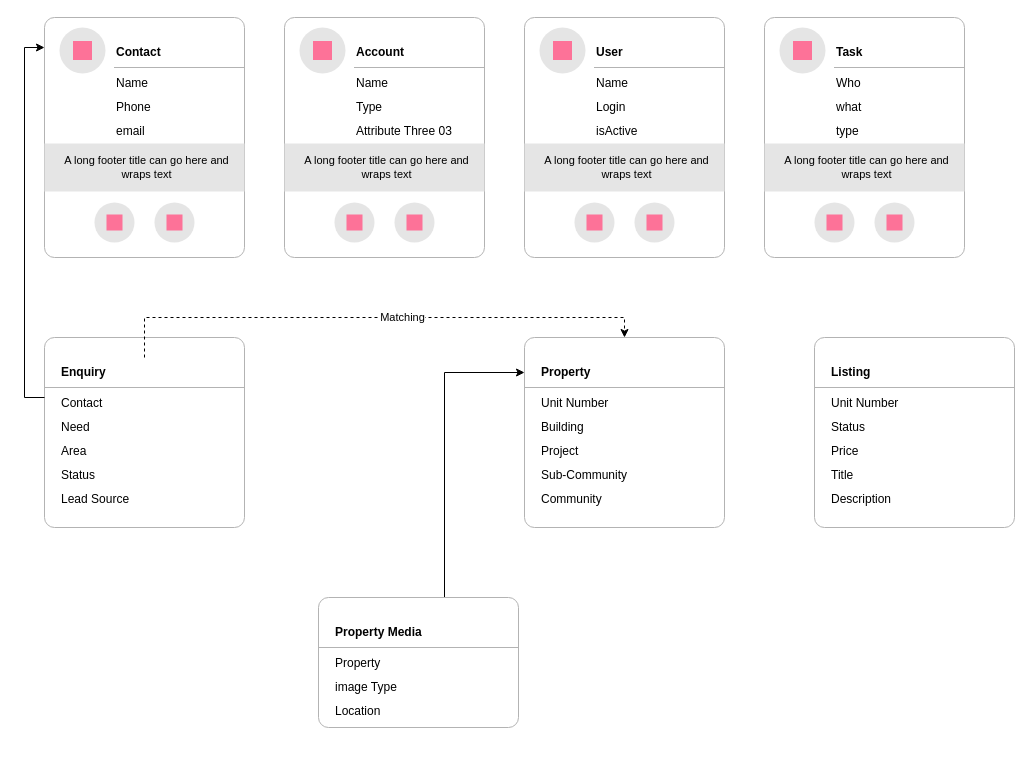
This is page "Property base Objects" (3 of 22) of Real Estate Business.drawio from ybbhosale2023/Propertybase, a draw.io file, before an edit. Source tidied: cells renumbered, new cells numbered last; positions are measured from the earlier drawing's top-left corner, leaving out a move shared by most shapes. Both pictures are drawn from the tidied source at 100%, with x=0, y=0 at pixel (24, 17).
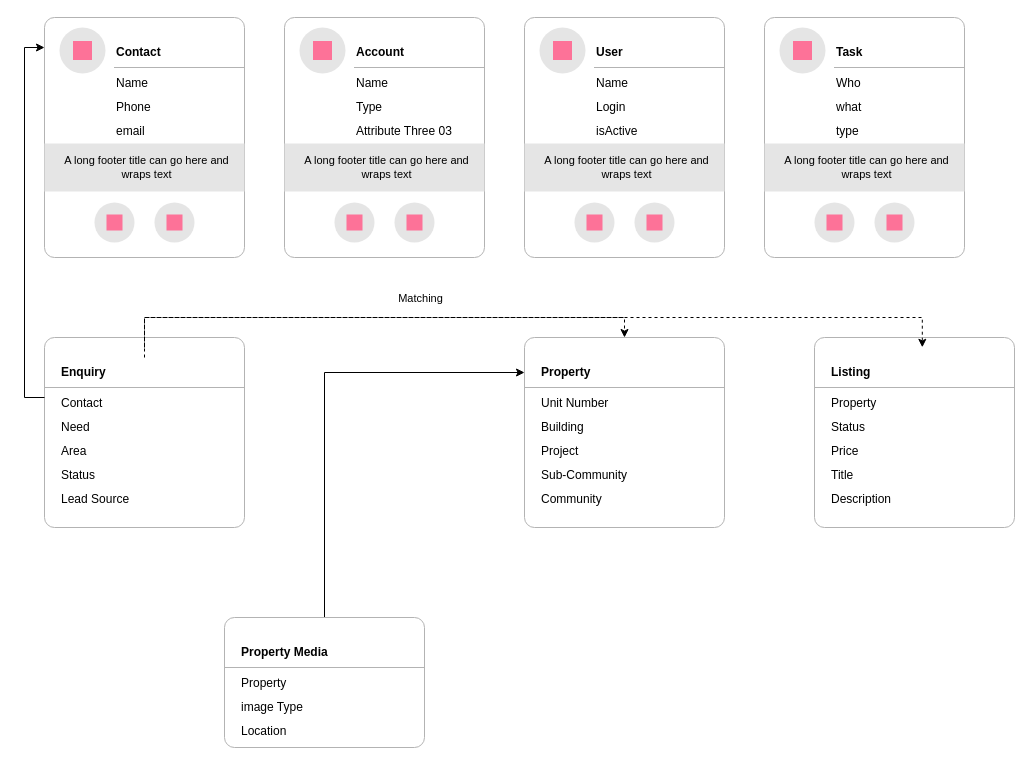
After the change.

Unchanged cells that the change refers to:
```xml
<mxCell id="65" style="rounded=1;whiteSpace=wrap;html=1;strokeColor=#B3B3B3;arcSize=20;absoluteArcSize=1;" parent="1" vertex="1">
  <mxGeometry x="790" y="320" width="200" height="190" as="geometry" />
</mxCell>
<mxCell id="78" style="edgeStyle=elbowEdgeStyle;rounded=0;jettySize=auto;html=1;entryX=0.5;entryY=0;entryDx=0;entryDy=0;dashed=1;" parent="1" edge="1" source="51" target="58">
  <mxGeometry relative="1" as="geometry">
    <Array as="points">
      <mxPoint x="400" y="300" />
      <mxPoint x="300" y="330" />
    </Array>
  </mxGeometry>
</mxCell>
```

What changed in the source:
```diff
@@
-    <mxCell id="67" value="Unit Number" style="text;html=1;strokeColor=none;fillColor=none;align=left;verticalAlign=middle;whiteSpace=wrap;rounded=0;spacingLeft=15;" parent="65" vertex="1">
+    <mxCell id="67" value="Property" style="text;html=1;strokeColor=none;fillColor=none;align=left;verticalAlign=middle;whiteSpace=wrap;rounded=0;spacingLeft=15;" parent="65" vertex="1">
       <mxGeometry width="200" height="24" relative="1" as="geometry">
         <mxPoint y="54" as="offset" />
       </mxGeometry>
     </mxCell>
@@
     <mxCell id="73" style="rounded=1;whiteSpace=wrap;html=1;strokeColor=#B3B3B3;arcSize=20;absoluteArcSize=1;" parent="1" vertex="1">
-      <mxGeometry x="294" y="580" width="200" height="130" as="geometry" />
+      <mxGeometry x="200" y="600" width="200" height="130" as="geometry" />
     </mxCell>
@@
     <mxCell id="79" value="Matching" style="edgeLabel;html=1;align=center;verticalAlign=middle;" parent="78" vertex="1">
-      <mxGeometry x="0.1" y="1" relative="1" as="geometry" />
+      <mxGeometry x="0.1" y="1" relative="1" as="geometry">
+        <mxPoint x="18" y="-19" as="offset" />
+      </mxGeometry>
     </mxCell>
+    <mxCell id="80" style="edgeStyle=orthogonalEdgeStyle;rounded=0;orthogonalLoop=1;jettySize=auto;html=1;entryX=0.539;entryY=-0.001;entryDx=0;entryDy=0;entryPerimeter=0;dashed=1;" parent="1" edge="1">
+      <mxGeometry relative="1" as="geometry">
+        <mxPoint x="120" y="330" as="sourcePoint" />
+        <mxPoint x="897.8" y="329.8" as="targetPoint" />
+        <Array as="points">
+          <mxPoint x="120" y="300" />
+          <mxPoint x="898" y="300" />
+        </Array>
+      </mxGeometry>
+    </mxCell>
```
